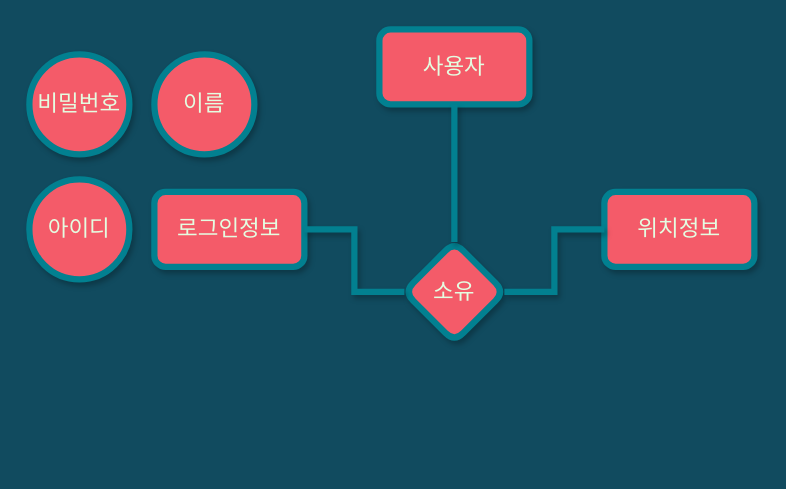
This is SDS.drawio from QuaRang1225/SDS_Project, a draw.io file, before an edit. Source tidied: cells renumbered, new cells numbered last; positions are measured from the earlier drawing's top-left corner, leaving out a move shared by most shapes. Both pictures are drawn from the tidied source at 125%, with x=0, y=0 at pixel (29, 29).
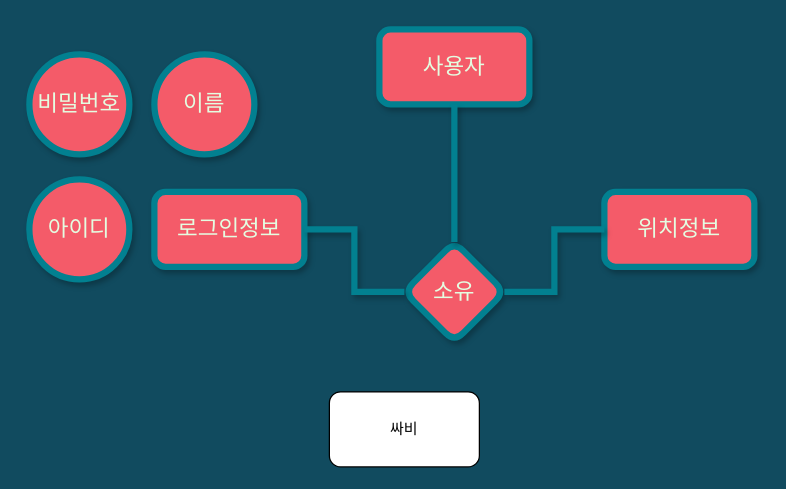
The same diagram, later.

What changed in the source:
```diff
@@
 <mxGraphModel background="#114B5F">
   <root>
     <mxCell id="0" />
     <mxCell id="1" parent="0" />
     <mxCell id="2" value="&lt;font style=&quot;font-size: 18px;&quot;&gt;로그인정보&lt;/font&gt;" style="rounded=1;whiteSpace=wrap;html=1;strokeColor=#028090;fontColor=#E4FDE1;fillColor=#F45B69;strokeWidth=5;shadow=1;" parent="1" vertex="1">
       <mxGeometry x="100" y="130" width="120" height="60" as="geometry" />
     </mxCell>
     <mxCell id="3" value="&lt;font style=&quot;font-size: 18px;&quot;&gt;소유&lt;/font&gt;" style="rhombus;whiteSpace=wrap;html=1;strokeColor=#028090;fontColor=#E4FDE1;fillColor=#F45B69;strokeWidth=5;rounded=1;shadow=1;" parent="1" vertex="1">
       <mxGeometry x="300" y="170" width="80" height="80" as="geometry" />
     </mxCell>
     <mxCell id="4" value="&lt;font style=&quot;font-size: 18px;&quot;&gt;위치정보&lt;/font&gt;" style="rounded=1;whiteSpace=wrap;html=1;strokeColor=#028090;fontColor=#E4FDE1;fillColor=#F45B69;strokeWidth=5;shadow=1;" parent="1" vertex="1">
       <mxGeometry x="460" y="130" width="120" height="60" as="geometry" />
     </mxCell>
     <mxCell id="5" style="endArrow=none;html=1;rounded=0;strokeColor=#028090;fontColor=#E4FDE1;fillColor=#F45B69;entryX=0;entryY=0.5;entryDx=0;entryDy=0;exitX=1;exitY=0.5;exitDx=0;exitDy=0;targetPerimeterSpacing=5;strokeWidth=5;shadow=1;" parent="1" edge="1" source="3" target="4">
       <mxGeometry relative="1" as="geometry">
         <Array as="points">
           <mxPoint x="420" y="210" />
           <mxPoint x="420" y="160" />
         </Array>
       </mxGeometry>
     </mxCell>
     <mxCell id="6" value="이름" style="ellipse;whiteSpace=wrap;html=1;rounded=1;shadow=1;strokeColor=#028090;strokeWidth=5;fontSize=18;fontColor=#E4FDE1;fillColor=#F45B69;" parent="1" vertex="1">
       <mxGeometry x="100" y="20" width="80" height="80" as="geometry" />
     </mxCell>
     <mxCell id="7" value="아이디" style="ellipse;whiteSpace=wrap;html=1;rounded=1;shadow=1;strokeColor=#028090;strokeWidth=5;fontSize=18;fontColor=#E4FDE1;fillColor=#F45B69;" parent="1" vertex="1">
       <mxGeometry y="120" width="80" height="80" as="geometry" />
     </mxCell>
     <mxCell id="8" value="비밀번호" style="ellipse;whiteSpace=wrap;html=1;rounded=1;shadow=1;strokeColor=#028090;strokeWidth=5;fontSize=18;fontColor=#E4FDE1;fillColor=#F45B69;" parent="1" vertex="1">
       <mxGeometry y="20" width="80" height="80" as="geometry" />
     </mxCell>
     <mxCell id="9" style="endArrow=none;html=1;rounded=0;shadow=1;strokeColor=#028090;strokeWidth=5;fontSize=18;fontColor=#E4FDE1;targetPerimeterSpacing=5;fillColor=#F45B69;exitX=0;exitY=0.5;exitDx=0;exitDy=0;entryX=1;entryY=0.5;entryDx=0;entryDy=0;" parent="1" edge="1" source="3" target="2">
       <mxGeometry relative="1" as="geometry">
         <Array as="points">
           <mxPoint x="260" y="210" />
           <mxPoint x="260" y="160" />
         </Array>
       </mxGeometry>
     </mxCell>
     <mxCell id="10" value="&lt;font style=&quot;font-size: 18px;&quot;&gt;사용자&lt;/font&gt;" style="rounded=1;whiteSpace=wrap;html=1;strokeColor=#028090;fontColor=#E4FDE1;fillColor=#F45B69;strokeWidth=5;shadow=1;" parent="1" vertex="1">
       <mxGeometry x="280" width="120" height="60" as="geometry" />
     </mxCell>
     <mxCell id="11" style="endArrow=none;html=1;rounded=0;shadow=1;strokeColor=#028090;strokeWidth=5;fontSize=18;fontColor=#E4FDE1;targetPerimeterSpacing=5;fillColor=#F45B69;entryX=0.5;entryY=1;entryDx=0;entryDy=0;exitX=0.5;exitY=0;exitDx=0;exitDy=0;" parent="1" edge="1" source="3" target="10">
       <mxGeometry relative="1" as="geometry" />
     </mxCell>
+    <mxCell id="12" value="싸비&lt;br&gt;" style="rounded=1;whiteSpace=wrap;html=1;" parent="1" vertex="1">
+      <mxGeometry x="240" y="290" width="120" height="60" as="geometry" />
+    </mxCell>
   </root>
 </mxGraphModel>
```
